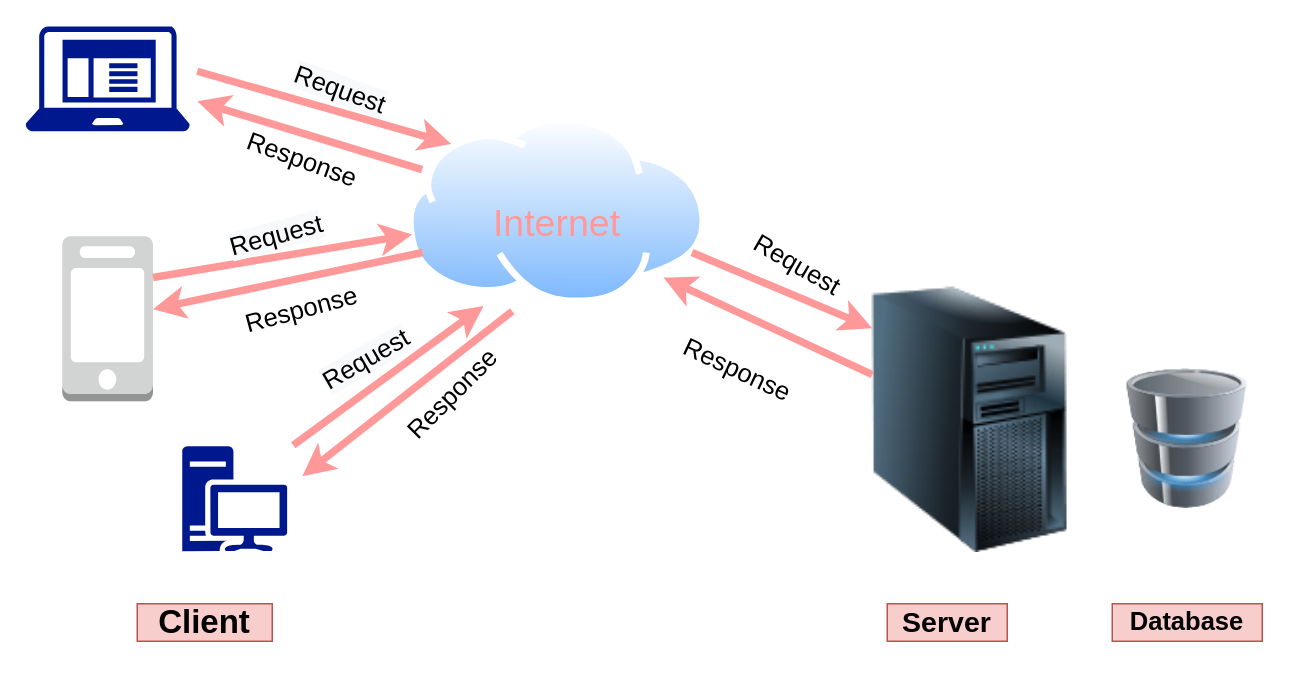
tripham208/BO_CNPM keeps this draw.io diagram as documents/Untitled Diagram.drawio. Above is the earlier version. Source tidied: cells renumbered, new cells numbered last; positions are measured from the earlier drawing's top-left corner, leaving out a move shared by most shapes. Both pictures are drawn from the tidied source at 150%, with x=0, y=0 at pixel (26, 26).
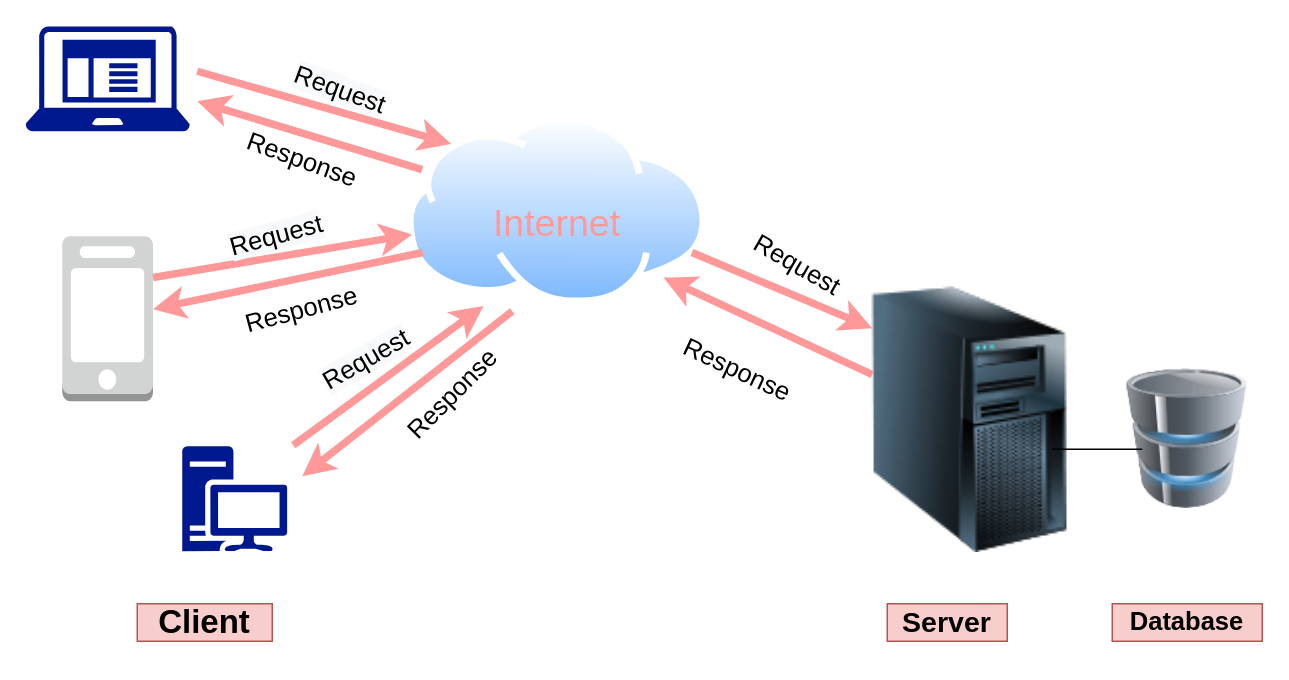
The same diagram, later.

Diff of the diagram source:
```diff
@@
+    <mxCell id="29" style="endArrow=none;html=1;" parent="1" edge="1">
+      <mxGeometry relative="1" as="geometry">
+        <mxPoint x="684" y="282" as="sourcePoint" />
+        <mxPoint x="744" y="282" as="targetPoint" />
+        <Array as="points">
+          <mxPoint x="714" y="282" />
+        </Array>
+      </mxGeometry>
+    </mxCell>
```
